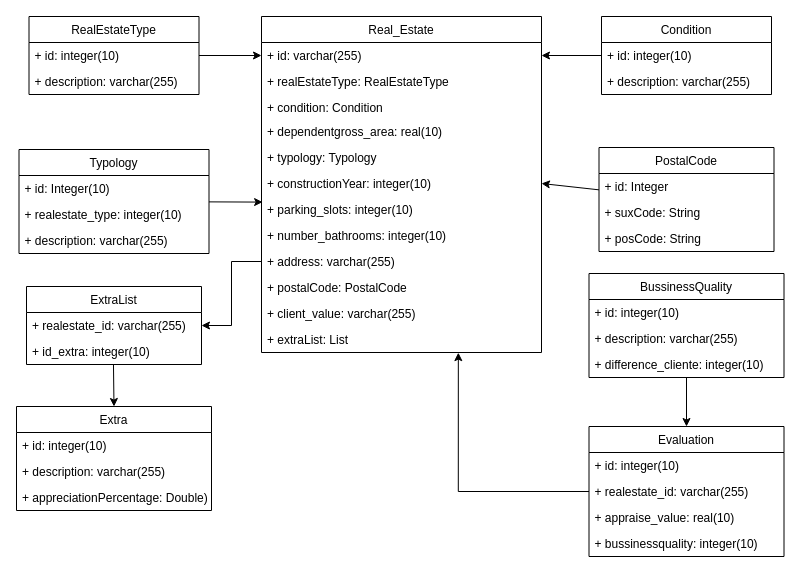
Summorox/Real-Estate-Appraisal keeps this draw.io diagram as Docs/ClassDiagram.drawio. Above is the earlier version. Source tidied: cells renumbered, new cells numbered last; positions are measured from the earlier drawing's top-left corner, leaving out a move shared by most shapes. Both pictures are drawn from the tidied source at 100%, with x=0, y=0 at pixel (16, 16).
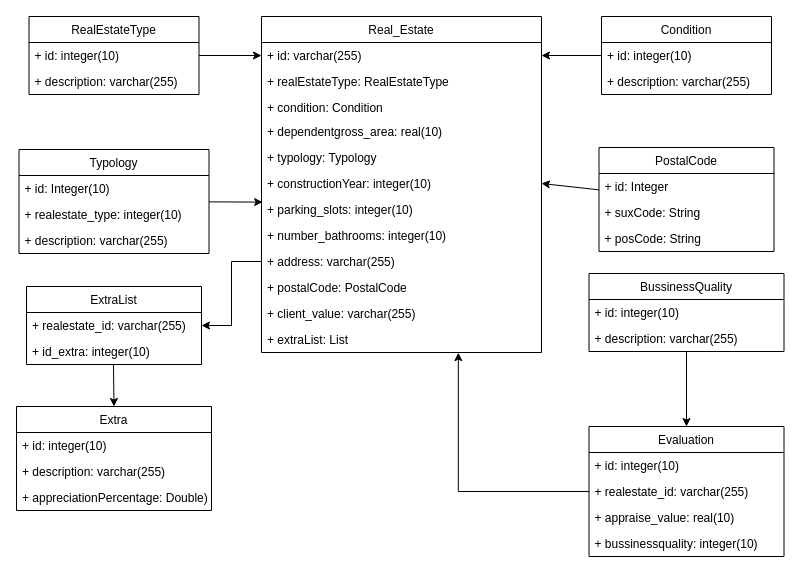
Above is the later version.

Commit message:
Update the class diagram

Diff of the diagram source:
```diff
@@
     <mxCell id="39" value="BussinessQuality" style="swimlane;fontStyle=0;horizontal=1;startSize=26;fillColor=none;" parent="1" vertex="1">
-      <mxGeometry x="572.5" y="257" width="195" height="104" as="geometry" />
+      <mxGeometry x="572.5" y="257" width="195" height="78" as="geometry" />
     </mxCell>
@@
-    <mxCell id="42" value="+ difference_cliente: integer(10)" style="text;strokeColor=none;fillColor=none;align=left;verticalAlign=top;spacingLeft=4;spacingRight=4;overflow=hidden;" parent="39" vertex="1">
-      <mxGeometry y="78" width="195" height="26" as="geometry" />
-    </mxCell>
```
